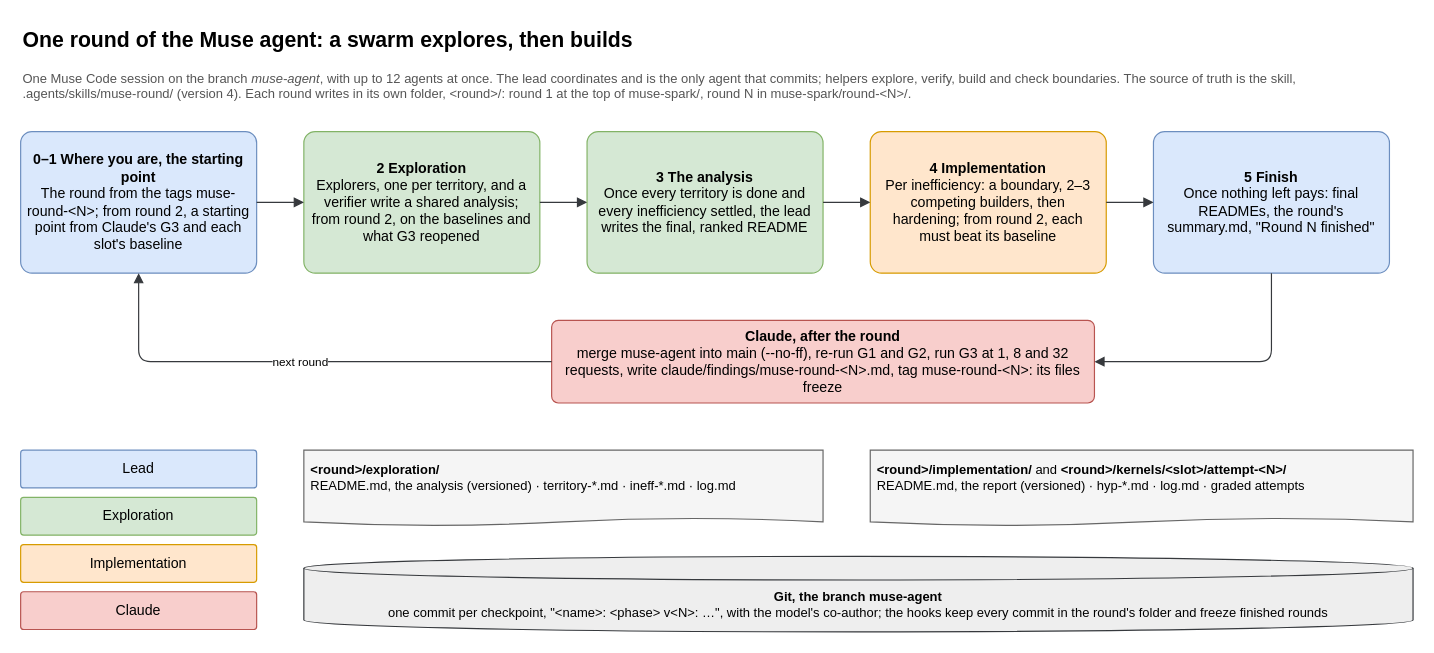
This is page "Overview" (1 of 3) of claude/diagrams/muse-swarm.drawio from surucuonur/WeSolve-MetaHackathon, a draw.io file, before an edit. Source tidied: cells renumbered, new cells numbered last; positions are measured from the earlier drawing's top-left corner, leaving out a move shared by most shapes. Both pictures are drawn from the tidied source at 118%, with x=0, y=0 at pixel (20, 20).
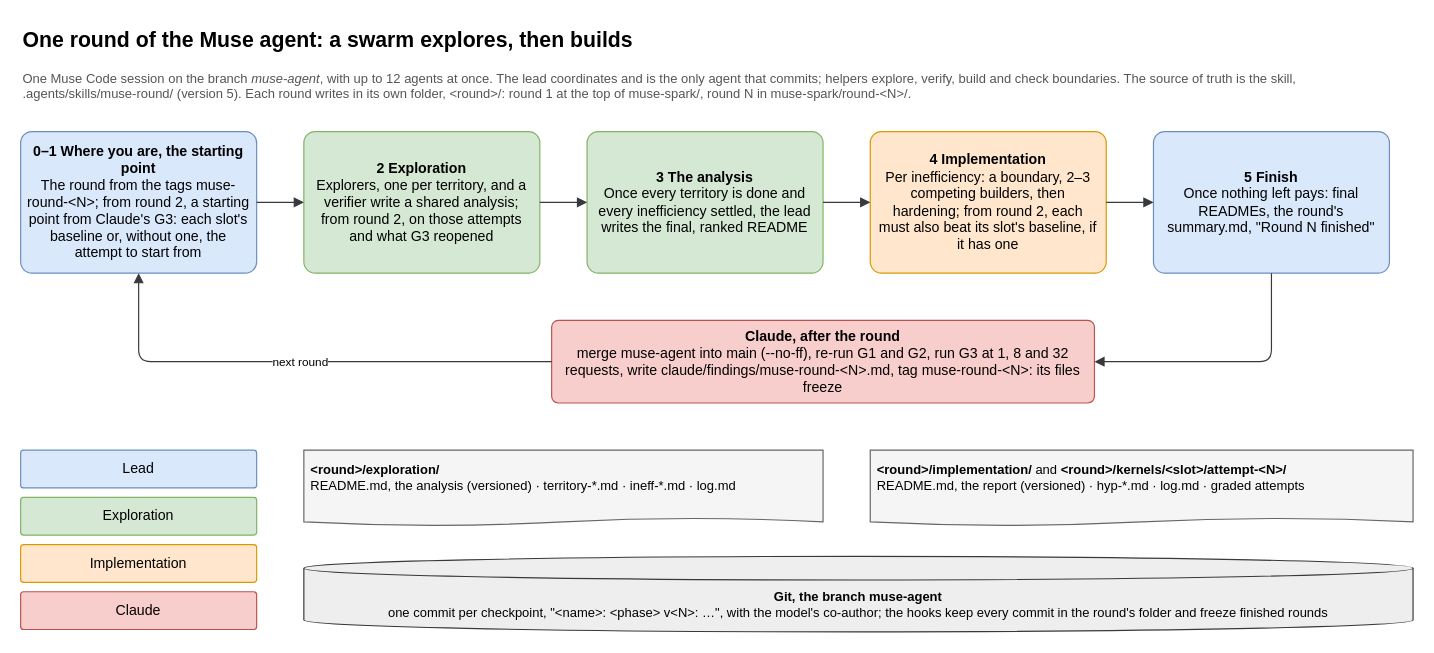
After the change.

What changed in the source:
```diff
@@
-    <mxCell id="3" value="One Muse Code session on the branch &lt;i&gt;muse-agent&lt;/i&gt;, with up to 12 agents at once. The lead coordinates and is the only agent that commits; helpers explore, verify, build and check boundaries. The source of truth is the skill, .agents/skills/muse-round/ (version 4). Each round writes in its own folder, &amp;lt;round&amp;gt;/: round 1 at the top of muse-spark/, round N in muse-spark/round-&amp;lt;N&amp;gt;/." style="text;html=1;fontSize=11;align=left;verticalAlign=top;whiteSpace=wrap;fontColor=#555555;" parent="1" vertex="1">
+    <mxCell id="3" value="One Muse Code session on the branch &lt;i&gt;muse-agent&lt;/i&gt;, with up to 12 agents at once. The lead coordinates and is the only agent that commits; helpers explore, verify, build and check boundaries. The source of truth is the skill, .agents/skills/muse-round/ (version 5). Each round writes in its own folder, &amp;lt;round&amp;gt;/: round 1 at the top of muse-spark/, round N in muse-spark/round-&amp;lt;N&amp;gt;/." style="text;html=1;fontSize=11;align=left;verticalAlign=top;whiteSpace=wrap;fontColor=#555555;" parent="1" vertex="1">
       <mxGeometry y="36" width="1180" height="34" as="geometry" />
     </mxCell>
-    <mxCell id="4" value="&lt;b&gt;0&amp;ndash;1  Where you are, the starting point&lt;/b&gt;&lt;br&gt;The round from the tags muse-round-&amp;lt;N&amp;gt;; from round 2, a starting point from Claude's G3 and each slot's baseline" style="rounded=1;whiteSpace=wrap;html=1;arcSize=8;fontSize=12;spacing=6;fillColor=#dae8fc;strokeColor=#6c8ebf;" parent="1" vertex="1">
+    <mxCell id="4" value="&lt;b&gt;0&amp;ndash;1  Where you are, the starting point&lt;/b&gt;&lt;br&gt;The round from the tags muse-round-&amp;lt;N&amp;gt;; from round 2, a starting point from Claude's G3: each slot's baseline or, without one, the attempt to start from" style="rounded=1;whiteSpace=wrap;html=1;arcSize=8;fontSize=12;spacing=6;fillColor=#dae8fc;strokeColor=#6c8ebf;" parent="1" vertex="1">
       <mxGeometry y="94" width="200" height="120" as="geometry" />
     </mxCell>
-    <mxCell id="5" value="&lt;b&gt;2  Exploration&lt;/b&gt;&lt;br&gt;Explorers, one per territory, and a verifier write a shared analysis; from round 2, on the baselines and what G3 reopened" style="rounded=1;whiteSpace=wrap;html=1;arcSize=8;fontSize=12;spacing=6;fillColor=#d5e8d4;strokeColor=#82b366;" parent="1" vertex="1">
+    <mxCell id="5" value="&lt;b&gt;2  Exploration&lt;/b&gt;&lt;br&gt;Explorers, one per territory, and a verifier write a shared analysis; from round 2, on those attempts and what G3 reopened" style="rounded=1;whiteSpace=wrap;html=1;arcSize=8;fontSize=12;spacing=6;fillColor=#d5e8d4;strokeColor=#82b366;" parent="1" vertex="1">
       <mxGeometry x="240" y="94" width="200" height="120" as="geometry" />
     </mxCell>
@@
-    <mxCell id="7" value="&lt;b&gt;4  Implementation&lt;/b&gt;&lt;br&gt;Per inefficiency: a boundary, 2&amp;ndash;3 competing builders, then hardening; from round 2, each must beat its baseline" style="rounded=1;whiteSpace=wrap;html=1;arcSize=8;fontSize=12;spacing=6;fillColor=#ffe6cc;strokeColor=#d79b00;" parent="1" vertex="1">
+    <mxCell id="7" value="&lt;b&gt;4  Implementation&lt;/b&gt;&lt;br&gt;Per inefficiency: a boundary, 2&amp;ndash;3 competing builders, then hardening; from round 2, each must also beat its slot's baseline, if it has one" style="rounded=1;whiteSpace=wrap;html=1;arcSize=8;fontSize=12;spacing=6;fillColor=#ffe6cc;strokeColor=#d79b00;" parent="1" vertex="1">
       <mxGeometry x="720" y="94" width="200" height="120" as="geometry" />
     </mxCell>
```
